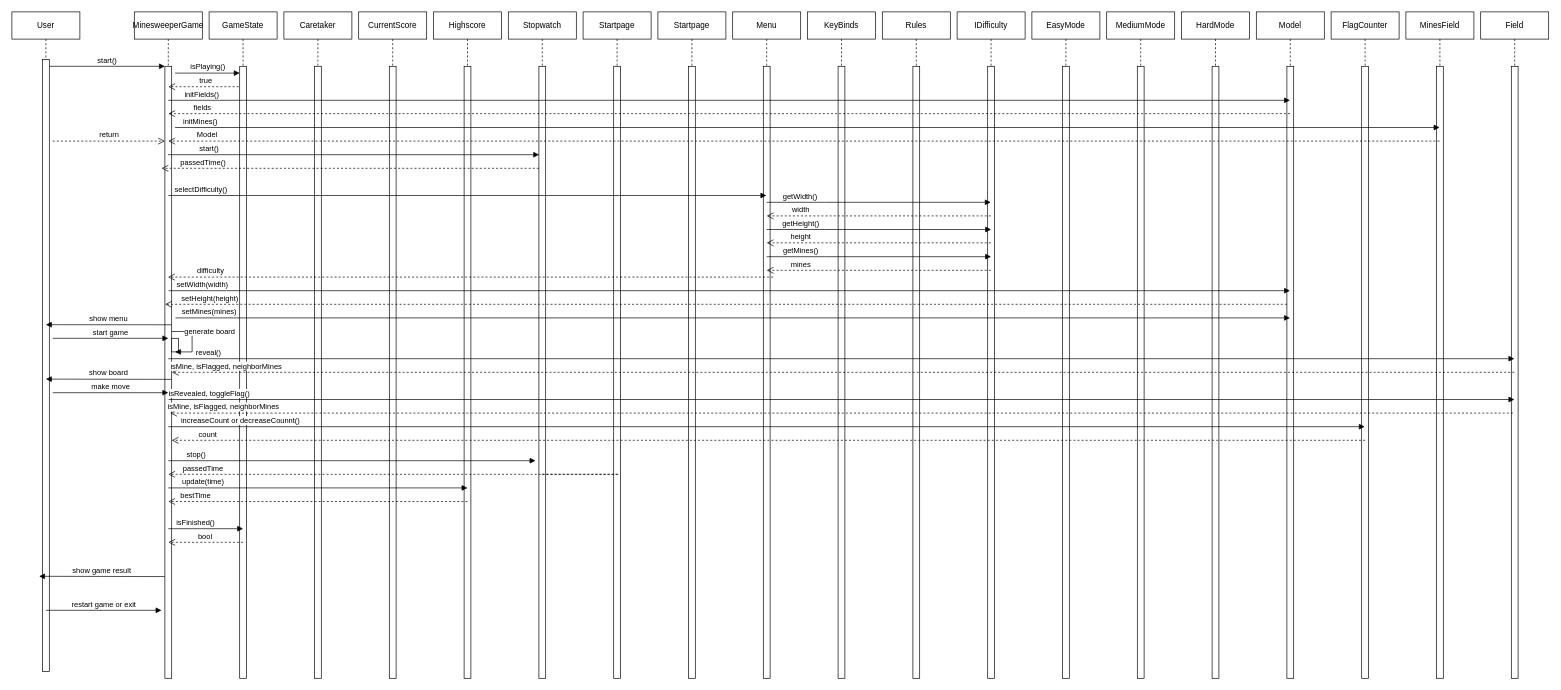
abelsolomon1/Minesweeper keeps this draw.io diagram as Abgabe2_Abel_Amadeo/Sequenzdiagramm_Minesweeper_AS_AT.drawio. Above is the earlier version. Source tidied: cells renumbered, new cells numbered last; positions are measured from the earlier drawing's top-left corner, leaving out a move shared by most shapes. Both pictures are drawn from the tidied source at 68%, with x=0, y=0 at pixel (12, 12).
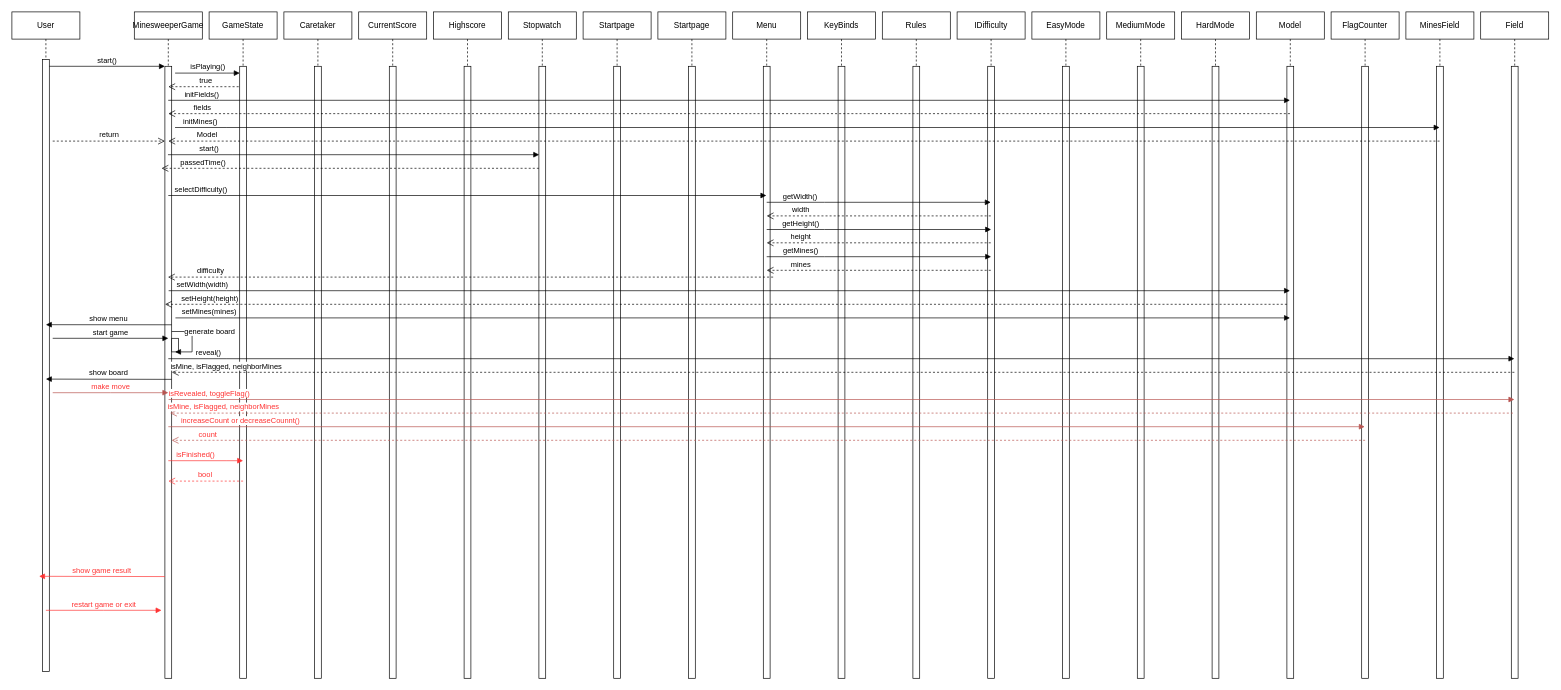
The same diagram, later.

Commit message (it also covers changes not shown here):
Sequenzendiagramm Spielzug Rot gefärbt, Klassendiagramm bearbeitet

Unchanged cells that the change refers to:
```xml
<mxCell id="5" style="html=1;points=[];perimeter=orthogonalPerimeter;outlineConnect=0;targetShapes=umlLifeline;portConstraint=eastwest;newEdgeStyle={&quot;edgeStyle&quot;:&quot;elbowEdgeStyle&quot;,&quot;elbow&quot;:&quot;vertical&quot;,&quot;curved&quot;:0,&quot;rounded&quot;:0};" parent="4" vertex="1">
  <mxGeometry x="45" y="80" width="10" height="900" as="geometry" />
</mxCell>
<mxCell id="19" value="Stopwatch" style="shape=umlLifeline;perimeter=lifelinePerimeter;whiteSpace=wrap;html=1;outlineConnect=0;portConstraint=eastwest;newEdgeStyle={&quot;edgeStyle&quot;:&quot;elbowEdgeStyle&quot;,&quot;elbow&quot;:&quot;vertical&quot;,&quot;curved&quot;:0,&quot;rounded&quot;:0};" parent="1" vertex="1">
  <mxGeometry x="730" width="100" height="980" as="geometry" />
</mxCell>
<mxCell id="41" value="FlagCounter" style="shape=umlLifeline;perimeter=lifelinePerimeter;whiteSpace=wrap;html=1;outlineConnect=0;portConstraint=eastwest;newEdgeStyle={&quot;edgeStyle&quot;:&quot;elbowEdgeStyle&quot;,&quot;elbow&quot;:&quot;vertical&quot;,&quot;curved&quot;:0,&quot;rounded&quot;:0};" parent="1" vertex="1">
  <mxGeometry x="1940" width="100" height="980" as="geometry" />
</mxCell>
```

What changed in the source:
```diff
@@
-    <mxCell id="70" value="make move" style="html=1;verticalAlign=bottom;endArrow=block;edgeStyle=elbowEdgeStyle;elbow=vertical;curved=0;rounded=0;" parent="1" edge="1">
+    <mxCell id="70" value="&lt;font color=&quot;#ff3333&quot;&gt;make move&lt;/font&gt;" style="html=1;verticalAlign=bottom;endArrow=block;edgeStyle=elbowEdgeStyle;elbow=vertical;curved=0;rounded=0;fillColor=#f8cecc;strokeColor=#b85450;" parent="1" edge="1">
       <mxGeometry relative="1" as="geometry">
         <mxPoint x="60" y="560" as="sourcePoint" />
         <mxPoint x="230" y="560" as="targetPoint" />
         <Array as="points">
           <mxPoint x="145" y="560" />
         </Array>
       </mxGeometry>
     </mxCell>
-    <mxCell id="71" value="isRevealed, toggleFlag()" style="html=1;verticalAlign=bottom;endArrow=block;edgeStyle=elbowEdgeStyle;elbow=vertical;curved=0;rounded=0;" parent="1" edge="1">
+    <mxCell id="71" value="&lt;font color=&quot;#ff3333&quot;&gt;isRevealed, toggleFlag()&lt;/font&gt;" style="html=1;verticalAlign=bottom;endArrow=block;edgeStyle=elbowEdgeStyle;elbow=vertical;curved=0;rounded=0;fillColor=#f8cecc;strokeColor=#b85450;" parent="1" edge="1">
       <mxGeometry x="-0.94" relative="1" as="geometry">
         <mxPoint x="230.5" y="570" as="sourcePoint" />
         <mxPoint x="2209.5" y="570" as="targetPoint" />
         <Array as="points">
           <mxPoint x="315.5" y="570" />
         </Array>
       </mxGeometry>
     </mxCell>
-    <mxCell id="72" value="isMine, isFlagged, neighborMines" style="html=1;verticalAlign=bottom;endArrow=open;dashed=1;endSize=8;edgeStyle=elbowEdgeStyle;elbow=vertical;curved=0;rounded=0;" parent="1" edge="1">
+    <mxCell id="72" value="&lt;font color=&quot;#ff3333&quot;&gt;isMine, isFlagged, neighborMines&lt;/font&gt;" style="html=1;verticalAlign=bottom;endArrow=open;dashed=1;endSize=8;edgeStyle=elbowEdgeStyle;elbow=vertical;curved=0;rounded=0;fillColor=#f8cecc;strokeColor=#b85450;" parent="1" edge="1">
       <mxGeometry x="0.92" relative="1" as="geometry">
         <mxPoint x="2207.4" y="590" as="sourcePoint" />
         <mxPoint x="232.6" y="590" as="targetPoint" />
         <Array as="points">
           <mxPoint x="887.6" y="590" />
         </Array>
       </mxGeometry>
     </mxCell>
-    <mxCell id="73" value="increaseCount or decreaseCounnt()" style="html=1;verticalAlign=bottom;endArrow=block;edgeStyle=elbowEdgeStyle;elbow=vertical;curved=0;rounded=0;" parent="1" edge="1" target="41">
+    <mxCell id="73" value="&lt;font color=&quot;#ff3333&quot;&gt;increaseCount or decreaseCounnt()&lt;/font&gt;" style="html=1;verticalAlign=bottom;endArrow=block;edgeStyle=elbowEdgeStyle;elbow=vertical;curved=0;rounded=0;fillColor=#f8cecc;strokeColor=#b85450;" parent="1" edge="1" target="41">
       <mxGeometry x="-0.88" relative="1" as="geometry">
         <mxPoint x="230" y="610" as="sourcePoint" />
         <Array as="points">
           <mxPoint x="315" y="610" />
         </Array>
       </mxGeometry>
     </mxCell>
-    <mxCell id="74" value="count" style="html=1;verticalAlign=bottom;endArrow=open;dashed=1;endSize=8;edgeStyle=elbowEdgeStyle;elbow=vertical;curved=0;rounded=0;" parent="1" edge="1" target="5">
+    <mxCell id="74" value="&lt;font color=&quot;#ff3333&quot;&gt;count&lt;/font&gt;" style="html=1;verticalAlign=bottom;endArrow=open;dashed=1;endSize=8;edgeStyle=elbowEdgeStyle;elbow=vertical;curved=0;rounded=0;fillColor=#f8cecc;strokeColor=#b85450;" parent="1" edge="1" target="5">
       <mxGeometry x="0.94" relative="1" as="geometry">
         <mxPoint x="1990" y="630" as="sourcePoint" />
         <Array as="points">
           <mxPoint x="897.6" y="630" />
         </Array>
       </mxGeometry>
     </mxCell>
-    <mxCell id="75" value="stop()" style="html=1;verticalAlign=bottom;endArrow=block;edgeStyle=elbowEdgeStyle;elbow=vertical;curved=0;rounded=0;" parent="1" edge="1">
-      <mxGeometry x="-0.85" relative="1" as="geometry">
-        <mxPoint x="230" y="660" as="sourcePoint" />
-        <mxPoint x="770" y="660" as="targetPoint" />
-        <Array as="points">
-          <mxPoint x="315" y="660" />
-        </Array>
-      </mxGeometry>
-    </mxCell>
-    <mxCell id="76" value="passedTime" style="html=1;verticalAlign=bottom;endArrow=open;dashed=1;endSize=8;edgeStyle=elbowEdgeStyle;elbow=vertical;curved=0;rounded=0;" parent="1" edge="1" source="19">
-      <mxGeometry x="0.87" relative="1" as="geometry">
-        <mxPoint x="230" y="680" as="targetPoint" />
-        <Array as="points">
-          <mxPoint x="892.6" y="680" />
-        </Array>
-      </mxGeometry>
-    </mxCell>
-    <mxCell id="77" value="update(time)" style="html=1;verticalAlign=bottom;endArrow=block;edgeStyle=elbowEdgeStyle;elbow=vertical;curved=0;rounded=0;" parent="1" edge="1">
-      <mxGeometry x="-0.77" relative="1" as="geometry">
-        <mxPoint x="230" y="700" as="sourcePoint" />
-        <mxPoint x="670" y="700" as="targetPoint" />
-        <Array as="points">
-          <mxPoint x="315" y="700" />
-        </Array>
-      </mxGeometry>
-    </mxCell>
-    <mxCell id="78" value="bestTime" style="html=1;verticalAlign=bottom;endArrow=open;dashed=1;endSize=8;edgeStyle=elbowEdgeStyle;elbow=horizontal;curved=0;rounded=0;" parent="1" edge="1">
-      <mxGeometry x="0.82" relative="1" as="geometry">
-        <mxPoint x="670" y="720" as="sourcePoint" />
-        <mxPoint x="230" y="720" as="targetPoint" />
-      </mxGeometry>
-    </mxCell>
-    <mxCell id="79" value="isFinished()" style="html=1;verticalAlign=bottom;endArrow=block;edgeStyle=elbowEdgeStyle;elbow=vertical;curved=0;rounded=0;" parent="1" edge="1">
+    <mxCell id="79" value="&lt;font color=&quot;#ff3333&quot;&gt;isFinished()&lt;/font&gt;" style="html=1;verticalAlign=bottom;endArrow=block;edgeStyle=elbowEdgeStyle;elbow=vertical;curved=0;rounded=0;strokeColor=#FF3333;" parent="1" edge="1">
       <mxGeometry x="-0.27" relative="1" as="geometry">
-        <mxPoint x="230" y="760" as="sourcePoint" />
-        <mxPoint x="340" y="760" as="targetPoint" />
+        <mxPoint x="230" y="660" as="sourcePoint" />
+        <mxPoint x="340" y="660" as="targetPoint" />
         <Array as="points">
-          <mxPoint x="315" y="760" />
+          <mxPoint x="315" y="660" />
         </Array>
       </mxGeometry>
     </mxCell>
-    <mxCell id="80" value="bool" style="html=1;verticalAlign=bottom;endArrow=open;dashed=1;endSize=8;edgeStyle=elbowEdgeStyle;elbow=horizontal;curved=0;rounded=0;" parent="1" edge="1">
+    <mxCell id="80" value="&lt;font color=&quot;#ff3333&quot;&gt;bool&lt;/font&gt;" style="html=1;verticalAlign=bottom;endArrow=open;dashed=1;endSize=8;edgeStyle=elbowEdgeStyle;elbow=horizontal;curved=0;rounded=0;strokeColor=#FF3333;" parent="1" edge="1">
       <mxGeometry x="0.01" relative="1" as="geometry">
-        <mxPoint x="340" y="780" as="sourcePoint" />
-        <mxPoint x="230" y="780" as="targetPoint" />
+        <mxPoint x="340" y="690" as="sourcePoint" />
+        <mxPoint x="230" y="690" as="targetPoint" />
       </mxGeometry>
     </mxCell>
-    <mxCell id="81" value="show game result" style="html=1;verticalAlign=bottom;endArrow=block;edgeStyle=elbowEdgeStyle;elbow=vertical;curved=0;rounded=0;" parent="1" edge="1">
+    <mxCell id="81" value="&lt;font color=&quot;#ff3333&quot;&gt;show game result&lt;/font&gt;" style="html=1;verticalAlign=bottom;endArrow=block;edgeStyle=elbowEdgeStyle;elbow=vertical;curved=0;rounded=0;strokeColor=#FF3333;" parent="1" edge="1">
       <mxGeometry relative="1" as="geometry">
         <mxPoint x="225" y="830.4" as="sourcePoint" />
         <mxPoint x="40" y="830.3" as="targetPoint" />
       </mxGeometry>
     </mxCell>
-    <mxCell id="82" value="restart game or exit" style="html=1;verticalAlign=bottom;endArrow=block;edgeStyle=elbowEdgeStyle;elbow=vertical;curved=0;rounded=0;" parent="1" edge="1">
+    <mxCell id="82" value="&lt;font color=&quot;#ff3333&quot;&gt;restart game or exit&lt;/font&gt;" style="html=1;verticalAlign=bottom;endArrow=block;edgeStyle=elbowEdgeStyle;elbow=vertical;curved=0;rounded=0;strokeColor=#FF3333;" parent="1" edge="1">
       <mxGeometry relative="1" as="geometry">
         <mxPoint x="50" y="880" as="sourcePoint" />
         <mxPoint x="220" y="880" as="targetPoint" />
         <Array as="points">
           <mxPoint x="135" y="880" />
         </Array>
       </mxGeometry>
     </mxCell>
```
